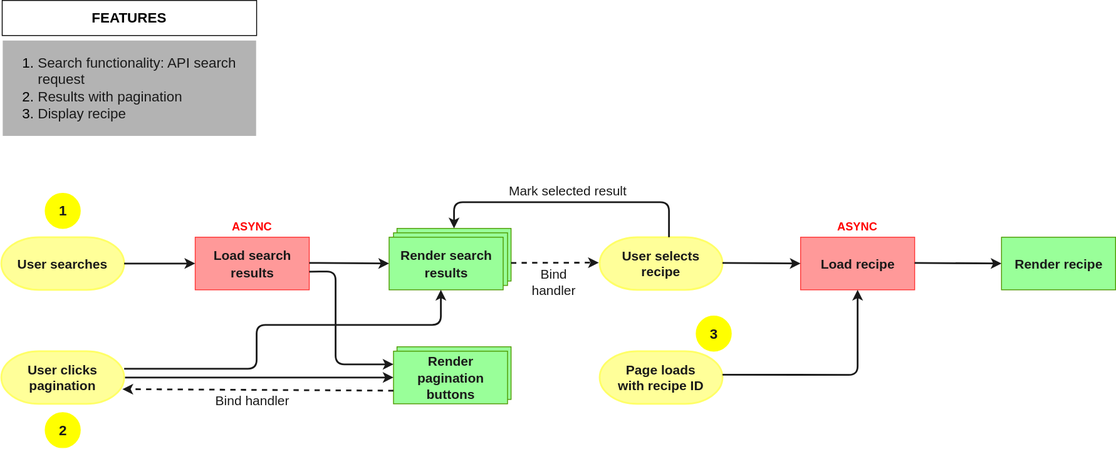
phieraditya/recipe-book keeps this draw.io diagram as flowchart.drawio.svg. Above is the earlier version. Source tidied: cells renumbered, new cells last; positions are measured from the earlier drawing's top-left corner, leaving out a move shared by most shapes.
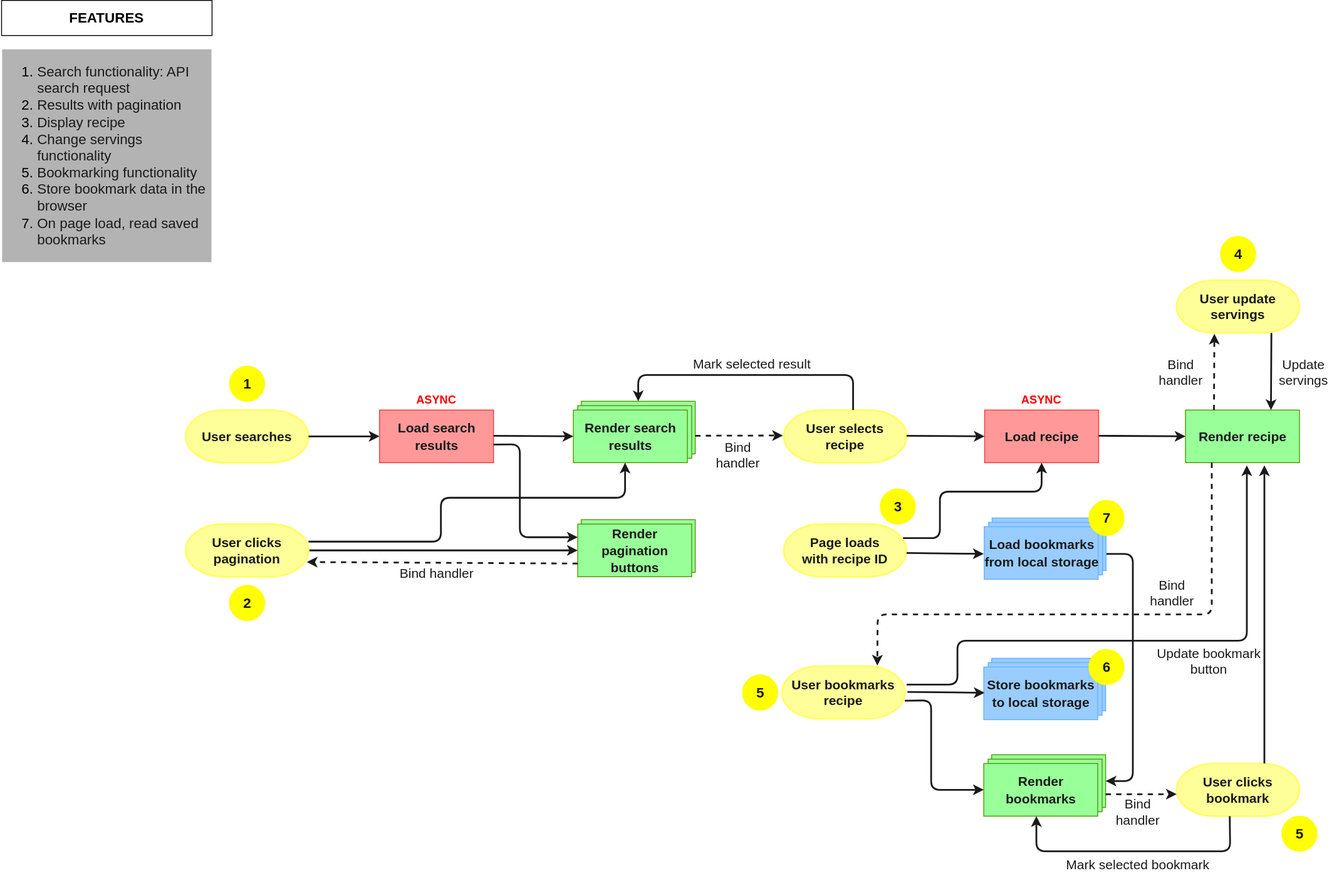
After the commit.

Commit message:
update flowchart with the next features to be implemented

-change servings
-bookmarking

Diff of the diagram source:
```diff
@@ -2,11 +2,14 @@
   <root>
     <mxCell id="0" />
     <mxCell id="1" parent="0" />
+    <mxCell id="42" style="group;" parent="1" vertex="1">
+      <mxGeometry x="-211" y="-197" width="241" height="317" as="geometry" />
+    </mxCell>
-    <mxCell id="2" value="&lt;b&gt;&lt;font style=&quot;font-size: 16px&quot;&gt;FEATURES&lt;/font&gt;&lt;/b&gt;" style="rounded=0;whiteSpace=wrap;html=1;" parent="1" vertex="1">
-      <mxGeometry x="1" width="290" height="40" as="geometry" />
+    <mxCell id="2" value="&lt;b&gt;&lt;font style=&quot;font-size: 16px&quot;&gt;FEATURES&lt;/font&gt;&lt;/b&gt;" style="rounded=0;whiteSpace=wrap;html=1;" parent="42" vertex="1">
+      <mxGeometry x="1" width="240" height="40" as="geometry" />
     </mxCell>
-    <mxCell id="3" value="&lt;ol&gt;&lt;li&gt;&lt;font color=&quot;#1a1a1a&quot;&gt;Search functionality: API search request&lt;/font&gt;&lt;/li&gt;&lt;li&gt;&lt;font color=&quot;#1a1a1a&quot;&gt;Results with pagination&lt;/font&gt;&lt;/li&gt;&lt;li&gt;&lt;font color=&quot;#1a1a1a&quot;&gt;Display recipe&lt;/font&gt;&lt;/li&gt;&lt;/ol&gt;" style="text;strokeColor=none;fillColor=none;html=1;whiteSpace=wrap;verticalAlign=middle;overflow=hidden;labelBackgroundColor=#B3B3B3;fontSize=16;" parent="1" vertex="1">
-      <mxGeometry y="20" width="291" height="160" as="geometry" />
+    <mxCell id="3" value="&lt;ol&gt;&lt;li&gt;&lt;font color=&quot;#1a1a1a&quot;&gt;Search functionality: API search request&lt;/font&gt;&lt;/li&gt;&lt;li&gt;&lt;font color=&quot;#1a1a1a&quot;&gt;Results with pagination&lt;/font&gt;&lt;/li&gt;&lt;li&gt;&lt;font color=&quot;#1a1a1a&quot;&gt;Display recipe&lt;/font&gt;&lt;/li&gt;&lt;li&gt;&lt;font color=&quot;#1a1a1a&quot;&gt;Change servings functionality&lt;/font&gt;&lt;/li&gt;&lt;li&gt;&lt;font color=&quot;#1a1a1a&quot;&gt;Bookmarking functionality&lt;/font&gt;&lt;/li&gt;&lt;li&gt;&lt;font color=&quot;#1a1a1a&quot;&gt;Store bookmark data in the browser&lt;/font&gt;&lt;/li&gt;&lt;li&gt;&lt;font color=&quot;#1a1a1a&quot;&gt;On page load, read saved bookmarks&lt;/font&gt;&lt;/li&gt;&lt;/ol&gt;" style="text;strokeColor=none;fillColor=none;html=1;whiteSpace=wrap;verticalAlign=middle;overflow=hidden;labelBackgroundColor=#B3B3B3;fontSize=16;" parent="42" vertex="1">
+      <mxGeometry y="37" width="241" height="280" as="geometry" />
     </mxCell>
     <mxCell id="4" value="&lt;font style=&quot;font-size: 15px&quot;&gt;&lt;b&gt;User selects &lt;br&gt;recipe&lt;/b&gt;&lt;/font&gt;" style="strokeWidth=2;html=1;shape=mxgraph.flowchart.terminator;whiteSpace=wrap;fontColor=#1A1A1A;labelBackgroundColor=none;labelBorderColor=none;fillColor=#FFFF99;strokeColor=#FFFF66;fontSize=15;" parent="1" vertex="1">
       <mxGeometry x="682" y="270" width="140" height="60" as="geometry" />
@@ -151,13 +154,179 @@
         <mxPoint x="1041" y="299.3" as="sourcePoint" />
       </mxGeometry>
     </mxCell>
-    <mxCell id="41" style="endArrow=classic;html=1;fontSize=15;fontColor=#FF0000;entryX=0.5;entryY=1;entryDx=0;entryDy=0;exitX=1;exitY=0.5;exitDx=0;exitDy=0;exitPerimeter=0;strokeColor=#1A1A1A;strokeWidth=2;" parent="1" edge="1" target="17">
+    <mxCell id="41" style="endArrow=classic;html=1;fontSize=15;fontColor=#FF0000;entryX=0.5;entryY=1;entryDx=0;entryDy=0;exitX=0.971;exitY=0.267;exitDx=0;exitDy=0;exitPerimeter=0;strokeColor=#1A1A1A;strokeWidth=2;" parent="1" edge="1" source="26" target="17">
       <mxGeometry relative="1" as="geometry">
-        <mxPoint x="822" y="426.8" as="sourcePoint" />
         <Array as="points">
-          <mxPoint x="976" y="427" />
+          <mxPoint x="860" y="416" />
+          <mxPoint x="860" y="363" />
+          <mxPoint x="976" y="363" />
         </Array>
       </mxGeometry>
     </mxCell>
+    <mxCell id="43" value="&lt;font style=&quot;font-size: 15px&quot;&gt;&lt;b&gt;User update servings&lt;/b&gt;&lt;/font&gt;" style="strokeWidth=2;html=1;shape=mxgraph.flowchart.terminator;whiteSpace=wrap;fontColor=#1A1A1A;labelBackgroundColor=none;labelBorderColor=none;fillColor=#FFFF99;strokeColor=#FFFF66;fontSize=15;" parent="1" vertex="1">
+      <mxGeometry x="1130" y="122" width="140" height="60" as="geometry" />
+    </mxCell>
+    <mxCell id="44" value="&lt;b&gt;4&lt;/b&gt;" style="shape=ellipse;html=1;dashed=0;whitespace=wrap;perimeter=ellipsePerimeter;labelBackgroundColor=none;labelBorderColor=none;fontSize=16;fontColor=#1A1A1A;strokeColor=#FFFF00;fillColor=#FFFF00;" parent="1" vertex="1">
+      <mxGeometry x="1180" y="72" width="40" height="40" as="geometry" />
+    </mxCell>
+    <mxCell id="45" style="endArrow=classic;html=1;fontSize=15;fontColor=#FF0000;entryX=0.75;entryY=0;entryDx=0;entryDy=0;strokeColor=#1A1A1A;strokeWidth=2;" parent="1" edge="1" target="5">
+      <mxGeometry relative="1" as="geometry">
+        <mxPoint x="1238" y="182" as="sourcePoint" />
+      </mxGeometry>
+    </mxCell>
+    <mxCell id="46" value="Bind &lt;br&gt;handler" style="text;html=1;strokeColor=none;fillColor=none;align=center;verticalAlign=middle;whiteSpace=wrap;rounded=0;labelBackgroundColor=none;labelBorderColor=none;fontSize=15;fontColor=#1A1A1A;" parent="1" vertex="1">
+      <mxGeometry x="1090" y="212" width="90" height="30" as="geometry" />
+    </mxCell>
+    <mxCell id="47" style="endArrow=classic;html=1;fontSize=15;fontColor=#FF0000;exitX=0.25;exitY=0;exitDx=0;exitDy=0;strokeColor=#1A1A1A;strokeWidth=2;dashed=1;" parent="1" edge="1" source="5">
+      <mxGeometry relative="1" as="geometry">
+        <mxPoint x="1173" y="183" as="targetPoint" />
+      </mxGeometry>
+    </mxCell>
+    <mxCell id="48" value="Update&lt;br&gt;servings" style="text;html=1;strokeColor=none;fillColor=none;align=center;verticalAlign=middle;whiteSpace=wrap;rounded=0;labelBackgroundColor=none;labelBorderColor=none;fontSize=15;fontColor=#1A1A1A;" parent="1" vertex="1">
+      <mxGeometry x="1230" y="212" width="90" height="30" as="geometry" />
+    </mxCell>
+    <mxCell id="49" style="group;" parent="1" vertex="1">
+      <mxGeometry x="910" y="553" width="160" height="70" as="geometry" />
+    </mxCell>
+    <mxCell id="50" style="html=1;dashed=0;whitespace=wrap;labelBackgroundColor=none;labelBorderColor=none;fontSize=16;fontColor=#1A1A1A;strokeColor=#66B2FF;fillColor=#99CCFF;" parent="49" vertex="1">
+      <mxGeometry x="9" width="130" height="60" as="geometry" />
+    </mxCell>
+    <mxCell id="51" style="html=1;dashed=0;whitespace=wrap;labelBackgroundColor=none;labelBorderColor=none;fontSize=16;fontColor=#1A1A1A;strokeColor=#66B2FF;fillColor=#99CCFF;" parent="49" vertex="1">
+      <mxGeometry x="5" y="5" width="130" height="60" as="geometry" />
+    </mxCell>
+    <mxCell id="52" value="&lt;span style=&quot;font-size: 15px&quot;&gt;&lt;b&gt;Store bookmarks &lt;br&gt;to local storage&lt;/b&gt;&lt;/span&gt;" style="html=1;dashed=0;whitespace=wrap;labelBackgroundColor=none;labelBorderColor=none;fontSize=16;fontColor=#1A1A1A;strokeColor=#66B2FF;fillColor=#99CCFF;" parent="49" vertex="1">
+      <mxGeometry y="10" width="130" height="60" as="geometry" />
+    </mxCell>
+    <mxCell id="53" value="&lt;b&gt;6&lt;/b&gt;" style="shape=ellipse;html=1;dashed=0;whitespace=wrap;perimeter=ellipsePerimeter;labelBackgroundColor=none;labelBorderColor=none;fontSize=16;fontColor=#1A1A1A;strokeColor=#FFFF00;fillColor=#FFFF00;" parent="49" vertex="1">
+      <mxGeometry x="120" y="-10" width="40" height="40" as="geometry" />
+    </mxCell>
+    <mxCell id="54" style="endArrow=classic;html=1;fontSize=15;fontColor=#FF0000;exitX=1;exitY=0.5;exitDx=0;exitDy=0;exitPerimeter=0;strokeColor=#1A1A1A;strokeWidth=2;" parent="1" edge="1">
+      <mxGeometry relative="1" as="geometry">
+        <mxPoint x="822" y="433" as="sourcePoint" />
+        <mxPoint x="910" y="434" as="targetPoint" />
+      </mxGeometry>
+    </mxCell>
+    <mxCell id="55" style="group;" parent="1" vertex="1">
+      <mxGeometry x="910.5" y="393" width="159.5" height="70" as="geometry" />
+    </mxCell>
+    <mxCell id="56" style="html=1;dashed=0;whitespace=wrap;labelBackgroundColor=none;labelBorderColor=none;fontSize=16;fontColor=#1A1A1A;strokeColor=#66B2FF;fillColor=#99CCFF;" parent="55" vertex="1">
+      <mxGeometry x="9" width="130" height="60" as="geometry" />
+    </mxCell>
+    <mxCell id="57" style="html=1;dashed=0;whitespace=wrap;labelBackgroundColor=none;labelBorderColor=none;fontSize=16;fontColor=#1A1A1A;strokeColor=#66B2FF;fillColor=#99CCFF;" parent="55" vertex="1">
+      <mxGeometry x="5" y="5" width="130" height="60" as="geometry" />
+    </mxCell>
+    <mxCell id="58" value="&lt;span style=&quot;font-size: 15px&quot;&gt;&lt;b&gt;Load bookmarks &lt;br&gt;from local storage&lt;/b&gt;&lt;/span&gt;" style="html=1;dashed=0;whitespace=wrap;labelBackgroundColor=none;labelBorderColor=none;fontSize=16;fontColor=#1A1A1A;strokeColor=#66B2FF;fillColor=#99CCFF;" parent="55" vertex="1">
+      <mxGeometry y="10" width="130" height="60" as="geometry" />
+    </mxCell>
+    <mxCell id="59" value="&lt;b&gt;7&lt;/b&gt;" style="shape=ellipse;html=1;dashed=0;whitespace=wrap;perimeter=ellipsePerimeter;labelBackgroundColor=none;labelBorderColor=none;fontSize=16;fontColor=#1A1A1A;strokeColor=#FFFF00;fillColor=#FFFF00;" parent="55" vertex="1">
+      <mxGeometry x="119.5" y="-20" width="40" height="40" as="geometry" />
+    </mxCell>
+    <mxCell id="60" style="group;" parent="1" vertex="1">
+      <mxGeometry x="1130" y="673" width="160" height="100" as="geometry" />
+    </mxCell>
+    <mxCell id="61" value="&lt;font style=&quot;font-size: 15px&quot;&gt;&lt;b&gt;User clicks bookmark&lt;/b&gt;&lt;/font&gt;" style="strokeWidth=2;html=1;shape=mxgraph.flowchart.terminator;whiteSpace=wrap;fontColor=#1A1A1A;labelBackgroundColor=none;labelBorderColor=none;fillColor=#FFFF99;strokeColor=#FFFF66;fontSize=15;" parent="60" vertex="1">
+      <mxGeometry width="140" height="60" as="geometry" />
+    </mxCell>
+    <mxCell id="62" value="&lt;b&gt;5&lt;/b&gt;" style="shape=ellipse;html=1;dashed=0;whitespace=wrap;perimeter=ellipsePerimeter;labelBackgroundColor=none;labelBorderColor=none;fontSize=16;fontColor=#1A1A1A;strokeColor=#FFFF00;fillColor=#FFFF00;" parent="60" vertex="1">
+      <mxGeometry x="120" y="60" width="40" height="40" as="geometry" />
+    </mxCell>
+    <mxCell id="63" style="group;" parent="1" vertex="1">
+      <mxGeometry x="910" y="663" width="139" height="70" as="geometry" />
+    </mxCell>
+    <mxCell id="64" style="html=1;dashed=0;whitespace=wrap;labelBackgroundColor=none;labelBorderColor=none;fontSize=16;fontColor=#1A1A1A;strokeColor=#4D9900;fillColor=#99FF99;" parent="63" vertex="1">
+      <mxGeometry x="9" width="130" height="60" as="geometry" />
+    </mxCell>
+    <mxCell id="65" style="html=1;dashed=0;whitespace=wrap;labelBackgroundColor=none;labelBorderColor=none;fontSize=16;fontColor=#1A1A1A;strokeColor=#4D9900;fillColor=#99FF99;" parent="63" vertex="1">
+      <mxGeometry x="5" y="5" width="130" height="60" as="geometry" />
+    </mxCell>
+    <mxCell id="66" value="&lt;b&gt;&lt;font style=&quot;font-size: 15px&quot;&gt;Render &lt;br&gt;bookmarks&lt;/font&gt;&lt;/b&gt;" style="html=1;dashed=0;whitespace=wrap;labelBackgroundColor=none;labelBorderColor=none;fontSize=16;fontColor=#1A1A1A;strokeColor=#4D9900;fillColor=#99FF99;" parent="63" vertex="1">
+      <mxGeometry y="10" width="130" height="60" as="geometry" />
+    </mxCell>
+    <mxCell id="67" style="group;" parent="1" vertex="1">
+      <mxGeometry x="635" y="562" width="185" height="60" as="geometry" />
+    </mxCell>
+    <mxCell id="68" value="&lt;font style=&quot;font-size: 15px&quot;&gt;&lt;b&gt;User bookmarks recipe&lt;/b&gt;&lt;/font&gt;" style="strokeWidth=2;html=1;shape=mxgraph.flowchart.terminator;whiteSpace=wrap;fontColor=#1A1A1A;labelBackgroundColor=none;labelBorderColor=none;fillColor=#FFFF99;strokeColor=#FFFF66;fontSize=15;" parent="67" vertex="1">
+      <mxGeometry x="45" width="140" height="60" as="geometry" />
+    </mxCell>
+    <mxCell id="69" value="&lt;b&gt;5&lt;/b&gt;" style="shape=ellipse;html=1;dashed=0;whitespace=wrap;perimeter=ellipsePerimeter;labelBackgroundColor=none;labelBorderColor=none;fontSize=16;fontColor=#1A1A1A;strokeColor=#FFFF00;fillColor=#FFFF00;" parent="67" vertex="1">
+      <mxGeometry y="10" width="40" height="40" as="geometry" />
+    </mxCell>
+    <mxCell id="70" style="endArrow=classic;html=1;fontSize=15;fontColor=#FF0000;exitX=1;exitY=0.5;exitDx=0;exitDy=0;exitPerimeter=0;strokeColor=#1A1A1A;strokeWidth=2;" parent="1" edge="1">
+      <mxGeometry relative="1" as="geometry">
+        <mxPoint x="823" y="591.3" as="sourcePoint" />
+        <mxPoint x="911" y="592.3" as="targetPoint" />
+      </mxGeometry>
+    </mxCell>
+    <mxCell id="71" style="endArrow=classic;html=1;fontSize=15;fontColor=#FF0000;exitX=1;exitY=0.5;exitDx=0;exitDy=0;exitPerimeter=0;strokeColor=#1A1A1A;strokeWidth=2;entryX=0;entryY=0.5;entryDx=0;entryDy=0;" parent="1" edge="1" target="66">
+      <mxGeometry relative="1" as="geometry">
+        <mxPoint x="820" y="601.3" as="sourcePoint" />
+        <Array as="points">
+          <mxPoint x="850" y="601" />
+          <mxPoint x="850" y="703" />
+        </Array>
+      </mxGeometry>
+    </mxCell>
+    <mxCell id="72" style="endArrow=classic;html=1;fontSize=15;fontColor=#FF0000;exitX=1;exitY=0.5;exitDx=0;exitDy=0;exitPerimeter=0;strokeColor=#1A1A1A;strokeWidth=2;" parent="1" edge="1">
+      <mxGeometry relative="1" as="geometry">
+        <mxPoint x="822" y="583" as="sourcePoint" />
+        <mxPoint x="1210" y="333" as="targetPoint" />
+        <Array as="points">
+          <mxPoint x="880" y="583" />
+          <mxPoint x="880" y="533" />
+          <mxPoint x="1210" y="533" />
+        </Array>
+      </mxGeometry>
+    </mxCell>
+    <mxCell id="73" style="endArrow=classic;html=1;fontSize=15;fontColor=#FF0000;strokeColor=#1A1A1A;strokeWidth=2;dashed=1;entryX=0.776;entryY=-0.011;entryDx=0;entryDy=0;entryPerimeter=0;" parent="1" edge="1" target="68">
+      <mxGeometry relative="1" as="geometry">
+        <mxPoint x="1170" y="330" as="sourcePoint" />
+        <Array as="points">
+          <mxPoint x="1170" y="503" />
+          <mxPoint x="789" y="503" />
+        </Array>
+      </mxGeometry>
+    </mxCell>
+    <mxCell id="74" value="Bind &lt;br&gt;handler" style="text;html=1;strokeColor=none;fillColor=none;align=center;verticalAlign=middle;whiteSpace=wrap;rounded=0;labelBackgroundColor=none;labelBorderColor=none;fontSize=15;fontColor=#1A1A1A;" parent="1" vertex="1">
+      <mxGeometry x="1080" y="463" width="90" height="30" as="geometry" />
+    </mxCell>
+    <mxCell id="75" value="Update bookmark &lt;br&gt;button" style="text;html=1;strokeColor=none;fillColor=none;align=center;verticalAlign=middle;whiteSpace=wrap;rounded=0;labelBackgroundColor=none;labelBorderColor=none;fontSize=15;fontColor=#1A1A1A;" parent="1" vertex="1">
+      <mxGeometry x="1102" y="541" width="130" height="30" as="geometry" />
+    </mxCell>
+    <mxCell id="76" style="endArrow=classic;html=1;fontSize=15;fontColor=#FF0000;exitX=1;exitY=0.75;exitDx=0;exitDy=0;strokeColor=#1A1A1A;strokeWidth=2;dashed=1;" parent="1" edge="1" source="64">
+      <mxGeometry relative="1" as="geometry">
+        <mxPoint x="1130" y="708" as="targetPoint" />
+      </mxGeometry>
+    </mxCell>
+    <mxCell id="77" value="Bind &lt;br&gt;handler" style="text;html=1;strokeColor=none;fillColor=none;align=center;verticalAlign=middle;whiteSpace=wrap;rounded=0;labelBackgroundColor=none;labelBorderColor=none;fontSize=15;fontColor=#1A1A1A;" parent="1" vertex="1">
+      <mxGeometry x="1041" y="713" width="90" height="30" as="geometry" />
+    </mxCell>
+    <mxCell id="78" style="endArrow=classic;html=1;fontSize=15;fontColor=#FF0000;strokeColor=#1A1A1A;strokeWidth=2;" parent="1" edge="1">
+      <mxGeometry relative="1" as="geometry">
+        <mxPoint x="1190.5" y="733" as="sourcePoint" />
+        <mxPoint x="970" y="733" as="targetPoint" />
+        <Array as="points">
+          <mxPoint x="1191" y="773" />
+          <mxPoint x="970" y="773" />
+        </Array>
+      </mxGeometry>
+    </mxCell>
+    <mxCell id="79" value="Mark selected bookmark" style="text;html=1;strokeColor=none;fillColor=none;align=center;verticalAlign=middle;whiteSpace=wrap;rounded=0;labelBackgroundColor=none;labelBorderColor=none;fontSize=15;fontColor=#1A1A1A;" parent="1" vertex="1">
+      <mxGeometry x="996" y="773" width="180" height="30" as="geometry" />
+    </mxCell>
+    <mxCell id="80" style="endArrow=classic;html=1;fontSize=15;fontColor=#FF0000;strokeColor=#1A1A1A;strokeWidth=2;" parent="1" edge="1">
+      <mxGeometry relative="1" as="geometry">
+        <mxPoint x="1230" y="673" as="sourcePoint" />
+        <mxPoint x="1230" y="333" as="targetPoint" />
+      </mxGeometry>
+    </mxCell>
+    <mxCell id="81" style="endArrow=classic;html=1;fontSize=15;fontColor=#FF0000;strokeColor=#1A1A1A;strokeWidth=2;entryX=1;entryY=0.5;entryDx=0;entryDy=0;" parent="1" edge="1" target="64">
+      <mxGeometry relative="1" as="geometry">
+        <mxPoint x="1050" y="434" as="sourcePoint" />
+        <Array as="points">
+          <mxPoint x="1080" y="434" />
+          <mxPoint x="1080" y="693" />
+        </Array>
+      </mxGeometry>
+    </mxCell>
   </root>
 </mxGraphModel>
```
